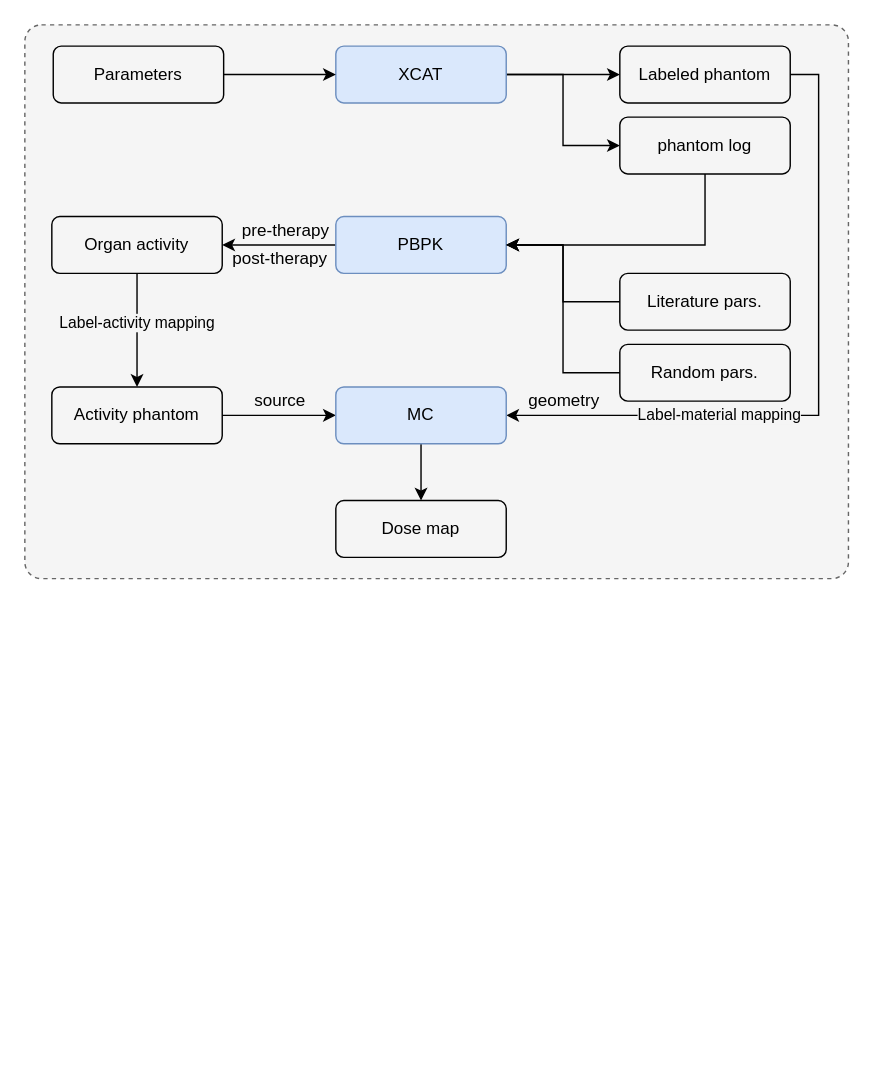
The draw.io diagram page "newRT" (6 of 6) of Fig_CS/source-file/work_treatment.drawio in jizhang02/Figure-Factory, before the edit. Source tidied: cells renumbered, new cells numbered last; positions are measured from the earlier drawing's top-left corner, leaving out a move shared by most shapes. Both pictures are drawn from the tidied source at 142%, with x=0, y=0 at pixel (24, 24).
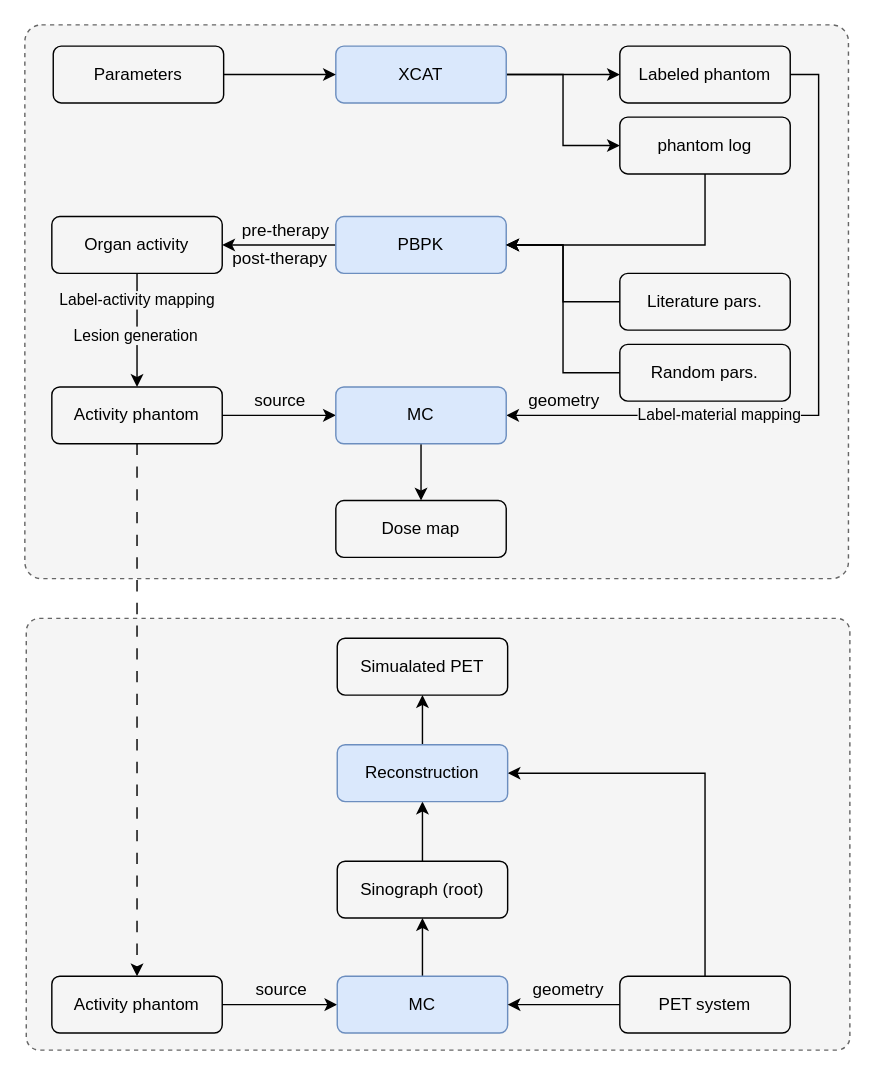
The same page after the edit.

Unchanged cells that the change refers to:
```xml
<mxCell id="15" style="edgeStyle=orthogonalEdgeStyle;rounded=0;jettySize=auto;html=1;" parent="1" edge="1" source="17" target="23">
  <mxGeometry relative="1" as="geometry" />
</mxCell>
<mxCell id="23" value="Activity phantom" style="rounded=1;whiteSpace=wrap;html=1;fillColor=none;arcSize=14;" parent="1" vertex="1">
  <mxGeometry x="19" y="255" width="120" height="40" as="geometry" />
</mxCell>
```

The edit, as a diff of the source:
```diff
@@
+    <mxCell id="31" style="rounded=1;whiteSpace=wrap;html=1;fillColor=#f5f5f5;arcSize=3;fontColor=#333333;strokeColor=#666666;dashed=1;" parent="1" vertex="1">
+      <mxGeometry x="1" y="418" width="580" height="304" as="geometry" />
+    </mxCell>
@@
     <mxCell id="16" value="Label-activity mapping" style="edgeLabel;html=1;align=center;verticalAlign=middle;labelBackgroundColor=#f5f5f5;" parent="15" vertex="1">
-      <mxGeometry x="-0.16" y="-1" relative="1" as="geometry" />
+      <mxGeometry x="-0.16" y="-1" relative="1" as="geometry">
+        <mxPoint y="-16" as="offset" />
+      </mxGeometry>
     </mxCell>
@@
+    <mxCell id="32" style="edgeStyle=orthogonalEdgeStyle;rounded=0;jettySize=auto;html=1;entryX=0.5;entryY=0;entryDx=0;entryDy=0;dashed=1;dashPattern=8 8;" parent="1" edge="1" source="23" target="35">
+      <mxGeometry relative="1" as="geometry" />
+    </mxCell>
@@
+    <mxCell id="33" value="Lesion generation" style="edgeLabel;html=1;align=center;verticalAlign=middle;labelBackgroundColor=#f5f5f5;" parent="1" vertex="1">
+      <mxGeometry x="82" y="215" as="geometry">
+        <mxPoint x="-5" y="3" as="offset" />
+      </mxGeometry>
+    </mxCell>
+    <mxCell id="34" style="edgeStyle=orthogonalEdgeStyle;rounded=0;jettySize=auto;html=1;" parent="1" edge="1" source="35" target="37">
+      <mxGeometry relative="1" as="geometry" />
+    </mxCell>
+    <mxCell id="35" value="Activity phantom" style="rounded=1;whiteSpace=wrap;html=1;fillColor=none;arcSize=14;" parent="1" vertex="1">
+      <mxGeometry x="19" y="670" width="120" height="40" as="geometry" />
+    </mxCell>
+    <mxCell id="36" style="edgeStyle=orthogonalEdgeStyle;rounded=0;jettySize=auto;html=1;" parent="1" edge="1" source="37" target="39">
+      <mxGeometry relative="1" as="geometry" />
+    </mxCell>
+    <mxCell id="37" value="MC" style="rounded=1;whiteSpace=wrap;html=1;fillColor=#dae8fc;arcSize=14;strokeColor=#6c8ebf;" parent="1" vertex="1">
+      <mxGeometry x="220" y="670" width="120" height="40" as="geometry" />
+    </mxCell>
+    <mxCell id="38" style="edgeStyle=orthogonalEdgeStyle;rounded=0;jettySize=auto;html=1;" parent="1" edge="1" source="39" target="46">
+      <mxGeometry relative="1" as="geometry" />
+    </mxCell>
+    <mxCell id="39" value="Sinograph (root)" style="rounded=1;whiteSpace=wrap;html=1;fillColor=none;arcSize=14;" parent="1" vertex="1">
+      <mxGeometry x="220" y="589" width="120" height="40" as="geometry" />
+    </mxCell>
+    <mxCell id="40" value="source" style="text;html=1;strokeColor=none;fillColor=none;align=center;verticalAlign=middle;whiteSpace=wrap;rounded=0;" parent="1" vertex="1">
+      <mxGeometry x="142" y="670" width="78" height="20" as="geometry" />
+    </mxCell>
+    <mxCell id="41" style="edgeStyle=orthogonalEdgeStyle;rounded=0;jettySize=auto;html=1;entryX=1;entryY=0.5;entryDx=0;entryDy=0;" parent="1" edge="1" source="43" target="37">
+      <mxGeometry relative="1" as="geometry" />
+    </mxCell>
+    <mxCell id="42" style="edgeStyle=orthogonalEdgeStyle;rounded=0;jettySize=auto;html=1;exitX=0.5;exitY=0;exitDx=0;exitDy=0;entryX=1;entryY=0.5;entryDx=0;entryDy=0;" parent="1" edge="1" source="43" target="46">
+      <mxGeometry relative="1" as="geometry" />
+    </mxCell>
+    <mxCell id="43" value="PET system" style="rounded=1;whiteSpace=wrap;html=1;fillColor=none;arcSize=14;" parent="1" vertex="1">
+      <mxGeometry x="419" y="670" width="120" height="40" as="geometry" />
+    </mxCell>
+    <mxCell id="44" value="geometry" style="text;html=1;strokeColor=none;fillColor=none;align=center;verticalAlign=middle;whiteSpace=wrap;rounded=0;" parent="1" vertex="1">
+      <mxGeometry x="344" y="670" width="78" height="20" as="geometry" />
+    </mxCell>
+    <mxCell id="45" style="edgeStyle=orthogonalEdgeStyle;rounded=0;jettySize=auto;html=1;" parent="1" edge="1" source="46" target="47">
+      <mxGeometry relative="1" as="geometry" />
+    </mxCell>
+    <mxCell id="46" value="Reconstruction" style="rounded=1;whiteSpace=wrap;html=1;fillColor=#dae8fc;arcSize=14;strokeColor=#6c8ebf;" parent="1" vertex="1">
+      <mxGeometry x="220" y="507" width="120" height="40" as="geometry" />
+    </mxCell>
+    <mxCell id="47" value="Simualated PET" style="rounded=1;whiteSpace=wrap;html=1;fillColor=none;arcSize=14;" parent="1" vertex="1">
+      <mxGeometry x="220" y="432" width="120" height="40" as="geometry" />
+    </mxCell>
```
